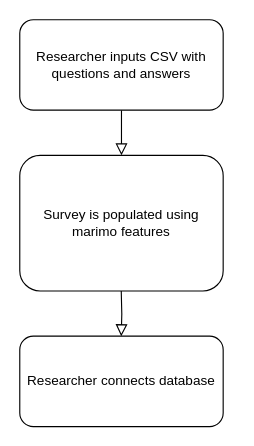
Earlier version of the draw.io diagram diagrams/researcher_view.drawio (amandali-slac/gamification_survey). Source tidied: cells renumbered, new cells numbered last; positions are measured from the earlier drawing's top-left corner, leaving out a move shared by most shapes. Both pictures are drawn from the tidied source at 113%, with x=0, y=0 at pixel (19, 19).
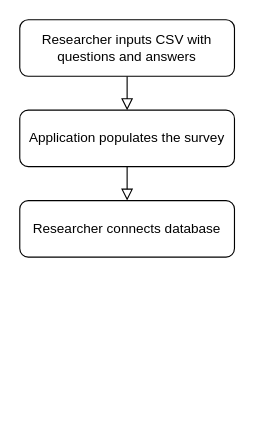
The same diagram, later.

What changed in the source:
```diff
@@
 <mxGraphModel>
   <root>
     <mxCell id="0" />
     <mxCell id="1" parent="0" />
-    <mxCell id="2" style="rounded=0;html=1;jettySize=auto;fontSize=11;endArrow=block;endFill=0;endSize=8;strokeWidth=1;shadow=0;labelBackgroundColor=none;edgeStyle=orthogonalEdgeStyle;" parent="1" edge="1" source="3">
-      <mxGeometry relative="1" as="geometry">
-        <mxPoint x="90" y="120" as="targetPoint" />
-      </mxGeometry>
+    <mxCell id="2" style="rounded=0;html=1;jettySize=auto;fontSize=11;endArrow=block;endFill=0;endSize=8;strokeWidth=1;shadow=0;labelBackgroundColor=none;edgeStyle=orthogonalEdgeStyle;entryX=0.5;entryY=0;entryDx=0;entryDy=0;" parent="1" edge="1" source="3" target="4">
+      <mxGeometry relative="1" as="geometry" />
     </mxCell>
     <mxCell id="3" value="Researcher inputs CSV with questions and answers" style="rounded=1;whiteSpace=wrap;html=1;fontSize=12;glass=0;strokeWidth=1;shadow=0;" parent="1" vertex="1">
-      <mxGeometry width="180" height="80" as="geometry" />
+      <mxGeometry width="190" height="50" as="geometry" />
     </mxCell>
-    <mxCell id="4" value="Survey is populated using marimo features" style="rounded=1;whiteSpace=wrap;html=1;fontSize=12;glass=0;strokeWidth=1;shadow=0;" parent="1" vertex="1">
-      <mxGeometry y="120" width="180" height="120" as="geometry" />
+    <mxCell id="4" value="Application populates the survey" style="rounded=1;whiteSpace=wrap;html=1;fontSize=12;glass=0;strokeWidth=1;shadow=0;" parent="1" vertex="1">
+      <mxGeometry y="80" width="190" height="50" as="geometry" />
     </mxCell>
-    <mxCell id="5" style="rounded=0;html=1;jettySize=auto;orthogonalLoop=1;fontSize=11;endArrow=block;endFill=0;endSize=8;strokeWidth=1;shadow=0;labelBackgroundColor=none;edgeStyle=orthogonalEdgeStyle;" parent="1" edge="1">
-      <mxGeometry relative="1" as="geometry">
-        <mxPoint x="89.8" y="240" as="sourcePoint" />
-        <mxPoint x="89.8" y="280" as="targetPoint" />
-      </mxGeometry>
+    <mxCell id="5" style="rounded=0;html=1;jettySize=auto;fontSize=11;endArrow=block;endFill=0;endSize=8;strokeWidth=1;shadow=0;labelBackgroundColor=none;edgeStyle=orthogonalEdgeStyle;exitX=0.5;exitY=1;exitDx=0;exitDy=0;" parent="1" edge="1" source="4" target="6">
+      <mxGeometry relative="1" as="geometry" />
     </mxCell>
     <mxCell id="6" value="Researcher connects database" style="rounded=1;whiteSpace=wrap;html=1;fontSize=12;glass=0;strokeWidth=1;shadow=0;" parent="1" vertex="1">
-      <mxGeometry y="280" width="180" height="80" as="geometry" />
+      <mxGeometry y="160" width="190" height="50" as="geometry" />
     </mxCell>
   </root>
 </mxGraphModel>
```
